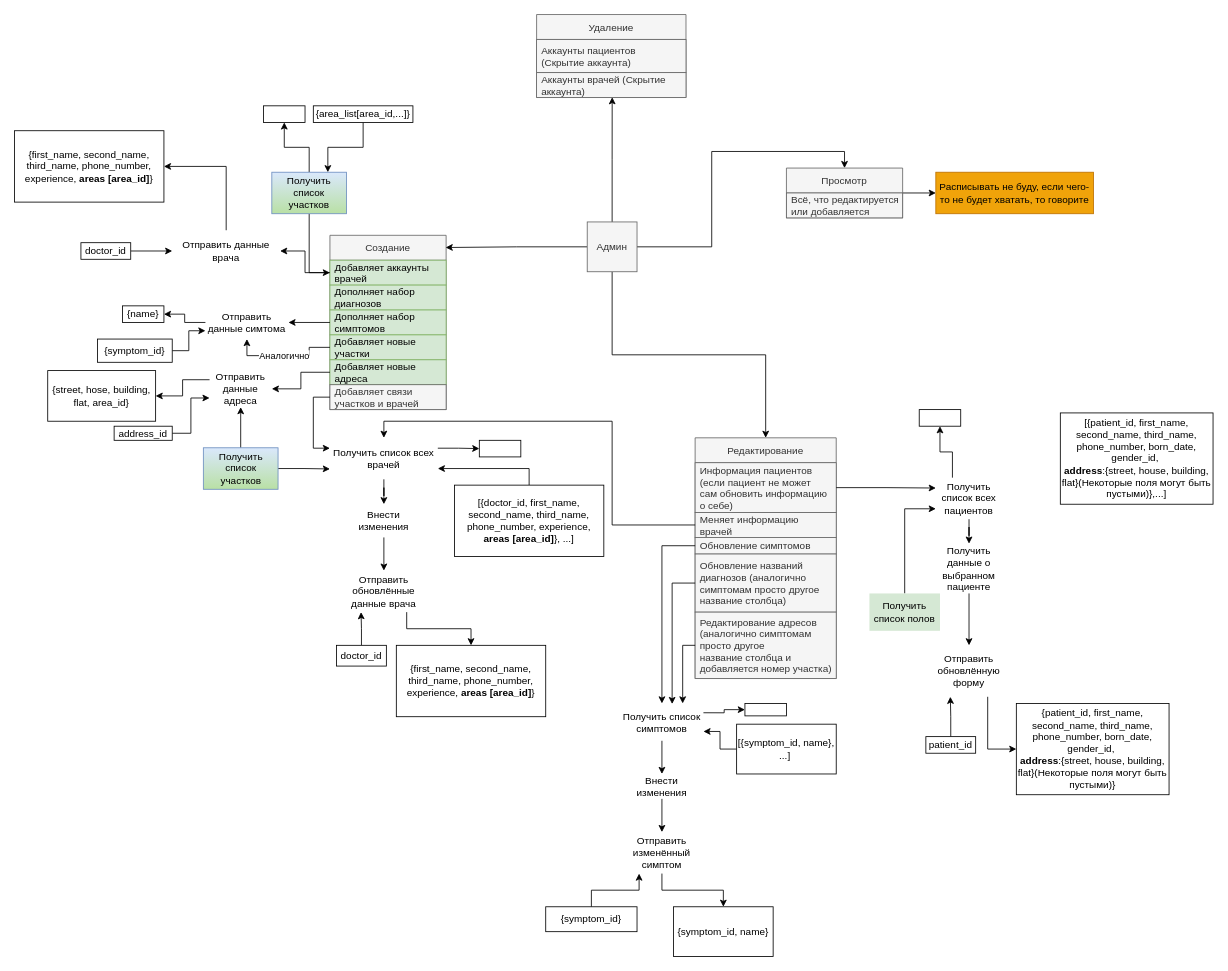
Rubelewaskes/Hospital keeps this draw.io diagram as page "Админ" (4 of 5) of Требования к проекту.drawio. Above is the earlier version. Source tidied: cells renumbered, new cells numbered last; positions are measured from the earlier drawing's top-left corner, leaving out a move shared by most shapes. Both pictures are drawn from the tidied source at 83%, with x=0, y=0 at pixel (14, 14).
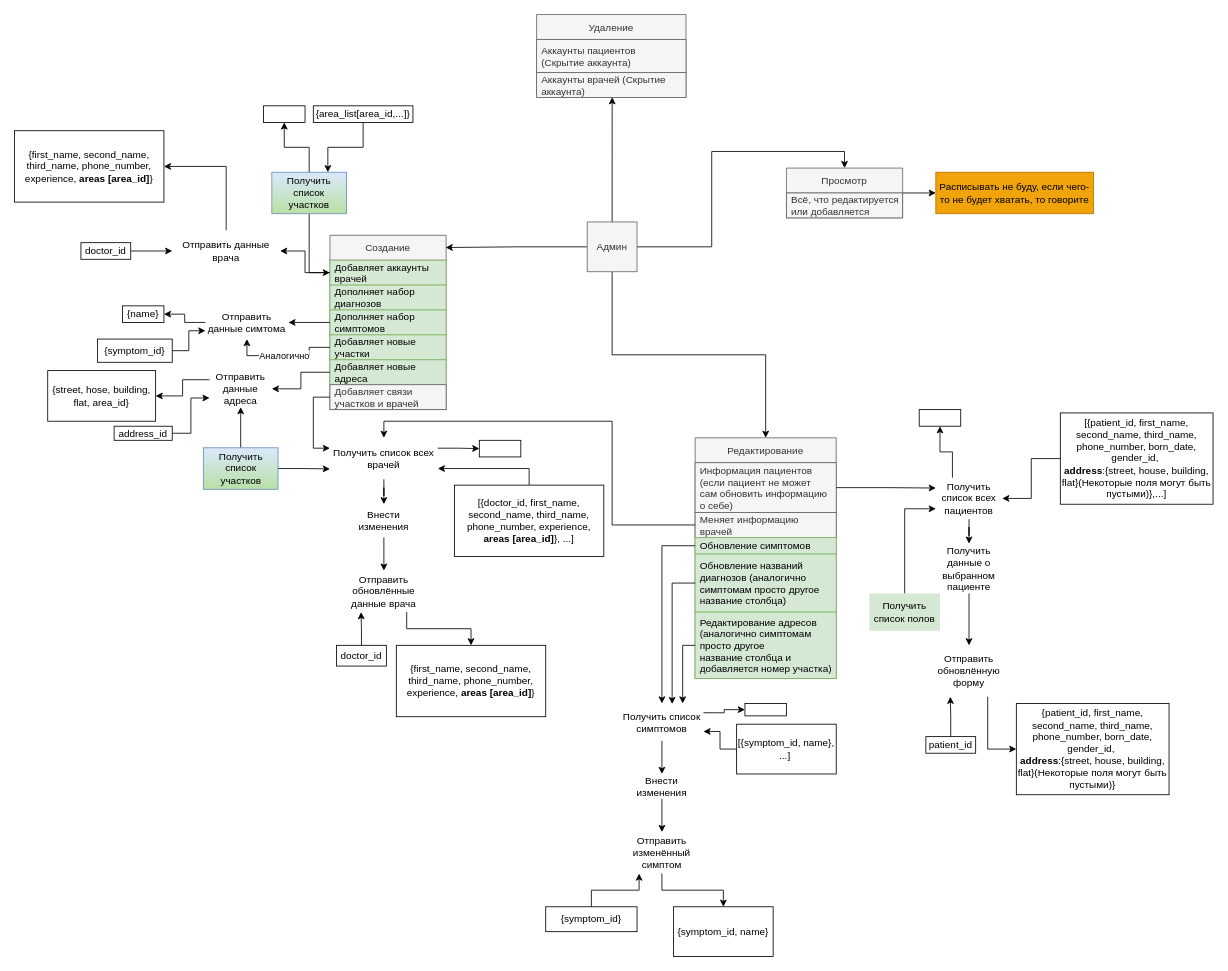
The same page after the edit.

The change refers to these unchanged cells:
```xml
<mxCell id="9" value="Редактирование" style="swimlane;fontStyle=0;horizontal=1;startSize=30;fillColor=#f5f5f5;fontColor=#333333;strokeColor=#666666;" parent="1" vertex="1">
  <mxGeometry x="820" y="510" width="170" height="290" as="geometry" />
</mxCell>
<mxCell id="71" value="Получить список всех пациентов" style="text;html=1;strokeColor=none;fillColor=none;align=center;verticalAlign=middle;whiteSpace=wrap;rounded=0;" parent="1" vertex="1">
  <mxGeometry x="1110" y="558" width="80" height="50" as="geometry" />
</mxCell>
<mxCell id="78" value="[{patient_id, first_name, second_name, third_name, phone_number, born_date,&lt;br&gt;gender_id,&amp;nbsp;&lt;br&gt;&lt;b&gt;address&lt;/b&gt;:{street, house, building, flat}(Некоторые поля могут быть пустыми)},...]" style="rounded=0;whiteSpace=wrap;html=1;" parent="1" vertex="1">
  <mxGeometry x="1260" y="480" width="184" height="110" as="geometry" />
</mxCell>
```

Diff of the diagram source:
```diff
@@
-    <mxCell id="12" value="Обновление симптомов" style="text;strokeColor=#666666;fillColor=#f5f5f5;align=left;verticalAlign=middle;spacingLeft=4;spacingRight=4;overflow=hidden;points=[[0,0.5],[1,0.5]];portConstraint=eastwest;fontColor=#333333;" parent="9" vertex="1">
+    <mxCell id="12" value="Обновление симптомов" style="text;strokeColor=#82b366;fillColor=#d5e8d4;align=left;verticalAlign=middle;spacingLeft=4;spacingRight=4;overflow=hidden;points=[[0,0.5],[1,0.5]];portConstraint=eastwest;" parent="9" vertex="1">
       <mxGeometry y="120" width="170" height="20" as="geometry" />
     </mxCell>
-    <mxCell id="13" value="Обновление названий &#10;диагнозов (аналогично &#10;симптомам просто другое &#10;название столбца)" style="text;strokeColor=#666666;fillColor=#f5f5f5;align=left;verticalAlign=middle;spacingLeft=4;spacingRight=4;overflow=hidden;points=[[0,0.5],[1,0.5]];portConstraint=eastwest;fontColor=#333333;" parent="9" vertex="1">
+    <mxCell id="13" value="Обновление названий &#10;диагнозов (аналогично &#10;симптомам просто другое &#10;название столбца)" style="text;strokeColor=#82b366;fillColor=#d5e8d4;align=left;verticalAlign=middle;spacingLeft=4;spacingRight=4;overflow=hidden;points=[[0,0.5],[1,0.5]];portConstraint=eastwest;" parent="9" vertex="1">
       <mxGeometry y="140" width="170" height="70" as="geometry" />
     </mxCell>
-    <mxCell id="14" value="Редактирование адресов &#10;(аналогично симптомам &#10;просто другое&#10;название столбца и &#10;добавляется номер участка)" style="text;strokeColor=#666666;fillColor=#f5f5f5;align=left;verticalAlign=middle;spacingLeft=4;spacingRight=4;overflow=hidden;points=[[0,0.5],[1,0.5]];portConstraint=eastwest;fontColor=#333333;" parent="9" vertex="1">
+    <mxCell id="14" value="Редактирование адресов &#10;(аналогично симптомам &#10;просто другое&#10;название столбца и &#10;добавляется номер участка)" style="text;strokeColor=#82b366;fillColor=#d5e8d4;align=left;verticalAlign=middle;spacingLeft=4;spacingRight=4;overflow=hidden;points=[[0,0.5],[1,0.5]];portConstraint=eastwest;" parent="9" vertex="1">
       <mxGeometry y="210" width="170" height="80" as="geometry" />
     </mxCell>
@@
+    <mxCell id="101" style="edgeStyle=orthogonalEdgeStyle;rounded=0;jettySize=auto;html=1;fontSize=14;" parent="1" edge="1" source="78" target="71">
+      <mxGeometry relative="1" as="geometry" />
+    </mxCell>
```
